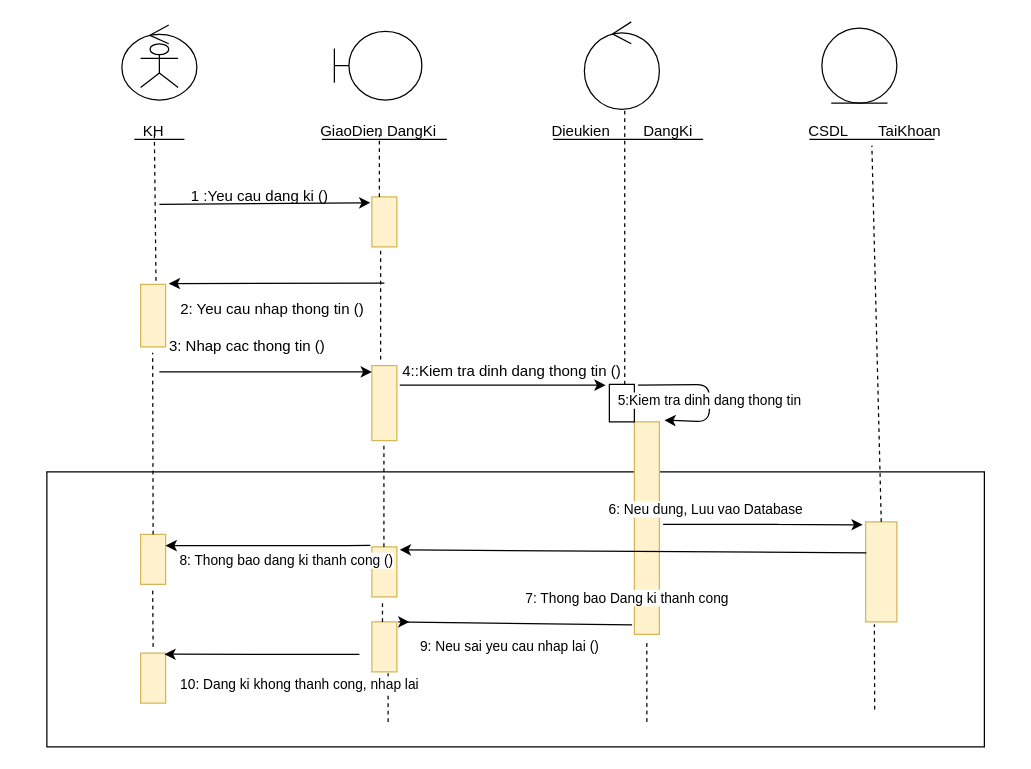
Earlier version of the draw.io diagram page "Page-1" (1 of 2) of Untitled Diagram.drawio (LyLy29/LyLy29). Source tidied: cells renumbered, new cells numbered last; positions are measured from the earlier drawing's top-left corner, leaving out a move shared by most shapes. Both pictures are drawn from the tidied source at 125%, with x=0, y=0 at pixel (21, 21).
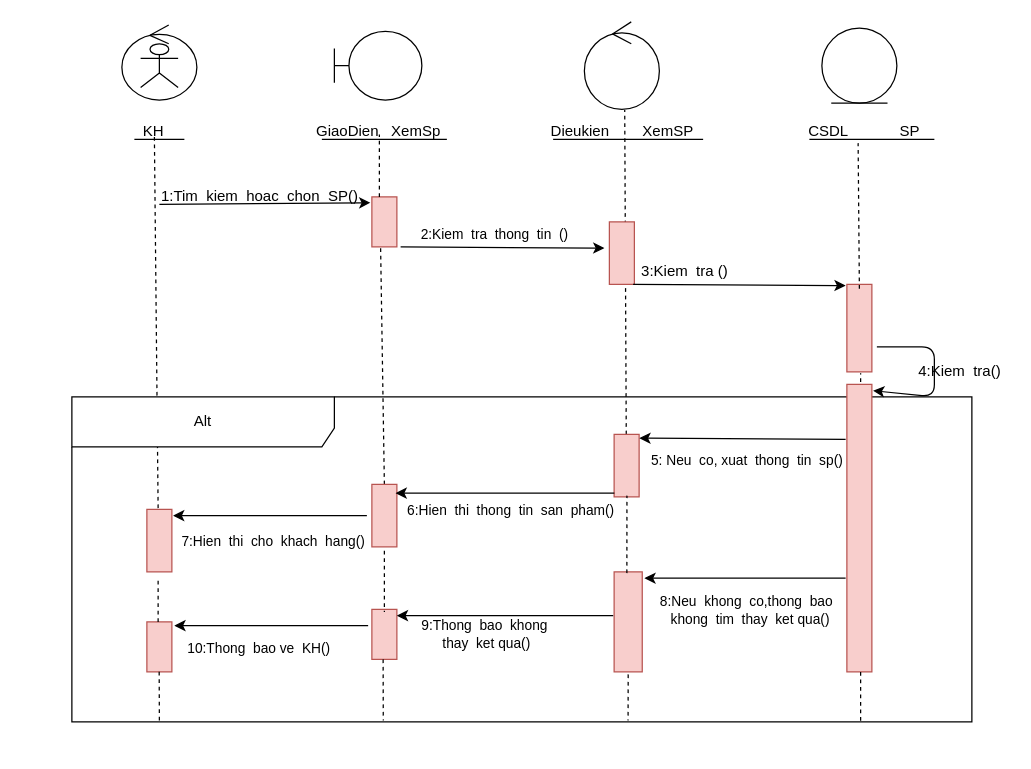
The same page after the edit.

Unchanged cells that the change refers to:
```xml
<mxCell id="3" style="ellipse;shape=umlControl;whiteSpace=wrap;html=1;" parent="1" vertex="1">
  <mxGeometry x="450" width="60" height="70" as="geometry" />
</mxCell>
<mxCell id="14" value="CSDL" style="text;html=1;align=center;verticalAlign=middle;points=[];strokeColor=none;fillColor=none;" parent="1" vertex="1">
  <mxGeometry x="620" y="78" width="50" height="20" as="geometry" />
</mxCell>
```

Change to the diagram source:
```diff
@@
-    <mxCell id="10" value="GiaoDien DangKi" style="text;html=1;align=center;verticalAlign=middle;strokeColor=none;fillColor=none;" parent="1" vertex="1">
+    <mxCell id="10" value="GiaoDien&amp;nbsp; &amp;nbsp;XemSp" style="text;html=1;align=center;verticalAlign=middle;strokeColor=none;fillColor=none;" parent="1" vertex="1">
       <mxGeometry x="230" y="78" width="110" height="20" as="geometry" />
     </mxCell>
@@
-    <mxCell id="12" value="Dieukien&amp;nbsp; &amp;nbsp; &amp;nbsp; &amp;nbsp; DangKi" style="text;html=1;align=center;verticalAlign=middle;strokeColor=none;fillColor=none;" parent="1" vertex="1">
+    <mxCell id="12" value="Dieukien&amp;nbsp; &amp;nbsp; &amp;nbsp; &amp;nbsp; XemSP" style="text;html=1;align=center;verticalAlign=middle;strokeColor=none;fillColor=none;" parent="1" vertex="1">
       <mxGeometry x="415" y="78" width="130" height="20" as="geometry" />
     </mxCell>
@@
-    <mxCell id="15" value="TaiKhoan" style="text;html=1;align=center;verticalAlign=middle;strokeColor=none;fillColor=none;" parent="1" vertex="1">
-      <mxGeometry x="675" y="78" width="70" height="20" as="geometry" />
+    <mxCell id="15" value="SP" style="text;html=1;align=center;verticalAlign=middle;strokeColor=none;fillColor=none;" parent="1" vertex="1">
+      <mxGeometry x="695" y="78" width="30" height="20" as="geometry" />
     </mxCell>
-    <mxCell id="16" style="html=1;" parent="1" vertex="1">
-      <mxGeometry x="20" y="360" width="750" height="220" as="geometry" />
-    </mxCell>
-    <mxCell id="17" style="html=1;points=[];perimeter=orthogonalPerimeter;fillColor=#fff2cc;strokeColor=#d6b656;" parent="1" vertex="1">
-      <mxGeometry x="675" y="400" width="25" height="80" as="geometry" />
-    </mxCell>
-    <mxCell id="18" style="endArrow=none;dashed=1;html=1;exitX=0.5;exitY=0;exitDx=0;exitDy=0;exitPerimeter=0;" parent="1" edge="1" source="17">
-      <mxGeometry relative="1" as="geometry">
-        <mxPoint x="680" y="99" as="targetPoint" />
-      </mxGeometry>
-    </mxCell>
-    <mxCell id="19" style="endArrow=none;dashed=1;html=1;exitX=0.883;exitY=0.864;exitDx=0;exitDy=0;exitPerimeter=0;" parent="1" edge="1" source="16">
-      <mxGeometry relative="1" as="geometry">
-        <mxPoint x="682" y="482" as="targetPoint" />
-      </mxGeometry>
-    </mxCell>
-    <mxCell id="20" style="html=1;points=[];perimeter=orthogonalPerimeter;fillColor=#fff2cc;strokeColor=#d6b656;" parent="1" vertex="1">
-      <mxGeometry x="490" y="320" width="20" height="170" as="geometry" />
-    </mxCell>
-    <mxCell id="21" style="html=1;points=[];perimeter=orthogonalPerimeter;" parent="1" vertex="1">
-      <mxGeometry x="470" y="290" width="20" height="30" as="geometry" />
-    </mxCell>
-    <mxCell id="22" style="endArrow=none;dashed=1;html=1;entryX=0.538;entryY=1.008;entryDx=0;entryDy=0;entryPerimeter=0;" parent="1" edge="1" source="21" target="3">
+    <mxCell id="22" style="endArrow=none;dashed=1;html=1;entryX=0.538;entryY=1.008;entryDx=0;entryDy=0;entryPerimeter=0;exitX=0.485;exitY=0;exitDx=0;exitDy=0;exitPerimeter=0;" parent="1" edge="1" source="67" target="3">
       <mxGeometry relative="1" as="geometry" />
     </mxCell>
-    <mxCell id="23" style="endArrow=none;dashed=1;html=1;entryX=0.497;entryY=1.025;entryDx=0;entryDy=0;entryPerimeter=0;" parent="1" edge="1" target="20">
-      <mxGeometry relative="1" as="geometry">
-        <mxPoint x="500" y="560" as="sourcePoint" />
-      </mxGeometry>
-    </mxCell>
-    <mxCell id="24" style="html=1;points=[];perimeter=orthogonalPerimeter;fillColor=#fff2cc;strokeColor=#d6b656;" parent="1" vertex="1">
+    <mxCell id="24" style="html=1;points=[];perimeter=orthogonalPerimeter;fillColor=#f8cecc;strokeColor=#b85450;" parent="1" vertex="1">
       <mxGeometry x="280" y="140" width="20" height="40" as="geometry" />
     </mxCell>
-    <mxCell id="25" style="html=1;points=[];perimeter=orthogonalPerimeter;fillColor=#fff2cc;strokeColor=#d6b656;" parent="1" vertex="1">
-      <mxGeometry x="280" y="275" width="20" height="60" as="geometry" />
-    </mxCell>
-    <mxCell id="26" style="html=1;points=[];perimeter=orthogonalPerimeter;fillColor=#fff2cc;strokeColor=#d6b656;" parent="1" vertex="1">
-      <mxGeometry x="280" y="420" width="20" height="40" as="geometry" />
-    </mxCell>
-    <mxCell id="27" style="html=1;points=[];perimeter=orthogonalPerimeter;fillColor=#fff2cc;strokeColor=#d6b656;" parent="1" vertex="1">
-      <mxGeometry x="280" y="480" width="20" height="40" as="geometry" />
-    </mxCell>
-    <mxCell id="28" style="html=1;points=[];perimeter=orthogonalPerimeter;fillColor=#fff2cc;strokeColor=#d6b656;" parent="1" vertex="1">
-      <mxGeometry x="95" y="210" width="20" height="50" as="geometry" />
+    <mxCell id="28" style="html=1;points=[];perimeter=orthogonalPerimeter;fillColor=#f8cecc;strokeColor=#b85450;" parent="1" vertex="1">
+      <mxGeometry x="470" y="160" width="20" height="50" as="geometry" />
     </mxCell>
-    <mxCell id="29" style="html=1;points=[];perimeter=orthogonalPerimeter;fillColor=#fff2cc;strokeColor=#d6b656;" parent="1" vertex="1">
-      <mxGeometry x="95" y="410" width="20" height="40" as="geometry" />
-    </mxCell>
-    <mxCell id="30" style="html=1;points=[];perimeter=orthogonalPerimeter;fillColor=#fff2cc;strokeColor=#d6b656;" parent="1" vertex="1">
-      <mxGeometry x="95" y="505" width="20" height="40" as="geometry" />
-    </mxCell>
-    <mxCell id="31" style="endArrow=none;dashed=1;html=1;" parent="1" edge="1">
+    <mxCell id="31" style="endArrow=none;dashed=1;html=1;exitX=0.5;exitY=0;exitDx=0;exitDy=0;exitPerimeter=0;" parent="1" edge="1" source="63">
       <mxGeometry relative="1" as="geometry">
-        <mxPoint x="287" y="270" as="sourcePoint" />
         <mxPoint x="287" y="181" as="targetPoint" />
       </mxGeometry>
     </mxCell>
@@
-    <mxCell id="33" style="endArrow=none;dashed=1;html=1;entryX=0.482;entryY=1.059;entryDx=0;entryDy=0;entryPerimeter=0;" parent="1" edge="1" source="26" target="25">
-      <mxGeometry relative="1" as="geometry" />
-    </mxCell>
-    <mxCell id="34" style="endArrow=none;dashed=1;html=1;entryX=0.424;entryY=1.059;entryDx=0;entryDy=0;entryPerimeter=0;" parent="1" edge="1" source="27" target="26">
-      <mxGeometry relative="1" as="geometry" />
-    </mxCell>
-    <mxCell id="35" style="endArrow=none;dashed=1;html=1;" parent="1" edge="1">
-      <mxGeometry relative="1" as="geometry">
-        <mxPoint x="293" y="560" as="sourcePoint" />
-        <mxPoint x="293" y="520" as="targetPoint" />
-      </mxGeometry>
-    </mxCell>
-    <mxCell id="36" style="endArrow=none;dashed=1;html=1;exitX=0.615;exitY=-0.059;exitDx=0;exitDy=0;exitPerimeter=0;" parent="1" edge="1" source="28">
+    <mxCell id="36" style="endArrow=none;dashed=1;html=1;exitX=0.45;exitY=-0.02;exitDx=0;exitDy=0;exitPerimeter=0;" parent="1" edge="1" source="59">
       <mxGeometry relative="1" as="geometry">
         <mxPoint x="106" y="90" as="targetPoint" />
       </mxGeometry>
     </mxCell>
-    <mxCell id="37" style="endArrow=none;dashed=1;html=1;entryX=0.482;entryY=1.094;entryDx=0;entryDy=0;entryPerimeter=0;" parent="1" edge="1" target="28">
-      <mxGeometry relative="1" as="geometry">
-        <mxPoint x="105" y="410" as="sourcePoint" />
-      </mxGeometry>
-    </mxCell>
-    <mxCell id="38" style="endArrow=none;dashed=1;html=1;entryX=0.482;entryY=1.074;entryDx=0;entryDy=0;entryPerimeter=0;" parent="1" edge="1" target="29">
-      <mxGeometry relative="1" as="geometry">
-        <mxPoint x="105" y="500" as="sourcePoint" />
-      </mxGeometry>
-    </mxCell>
@@
-    <mxCell id="40" style="endArrow=classic;html=1;entryX=1.129;entryY=-0.012;entryDx=0;entryDy=0;entryPerimeter=0;" parent="1" edge="1" target="28">
-      <mxGeometry relative="1" as="geometry">
-        <mxPoint x="290" y="209" as="sourcePoint" />
+    <mxCell id="40" value="2:Kiem&amp;nbsp; tra&amp;nbsp; thong&amp;nbsp; tin&amp;nbsp; ()" style="endArrow=classic;html=1;startArrow=none;entryX=-0.2;entryY=0.42;entryDx=0;entryDy=0;entryPerimeter=0;" parent="1" edge="1" target="28">
+      <mxGeometry x="-0.08" y="10" relative="1" as="geometry">
+        <mxPoint x="303" y="180" as="sourcePoint" />
       </mxGeometry>
     </mxCell>
-    <mxCell id="41" style="endArrow=classic;html=1;" parent="1" edge="1">
-      <mxGeometry relative="1" as="geometry">
-        <mxPoint x="110" y="280" as="sourcePoint" />
-        <mxPoint x="280" y="280" as="targetPoint" />
-      </mxGeometry>
-    </mxCell>
-    <mxCell id="42" style="endArrow=classic;html=1;entryX=-0.15;entryY=0.02;entryDx=0;entryDy=0;entryPerimeter=0;exitX=1.115;exitY=0.26;exitDx=0;exitDy=0;exitPerimeter=0;" parent="1" edge="1" source="25" target="21">
-      <mxGeometry relative="1" as="geometry" />
-    </mxCell>
-    <mxCell id="43" style="endArrow=classic;html=1;exitX=1.144;exitY=0.02;exitDx=0;exitDy=0;exitPerimeter=0;entryX=1.203;entryY=-0.008;entryDx=0;entryDy=0;entryPerimeter=0;" parent="1" edge="1" source="21" target="20">
-      <mxGeometry relative="1" as="geometry">
-        <Array as="points">
-          <mxPoint x="550" y="290" />
-          <mxPoint x="550" y="320" />
-        </Array>
-      </mxGeometry>
-    </mxCell>
-    <mxCell id="44" value="5:Kiem tra dinh dang thong tin" style="edgeLabel;html=1;align=center;verticalAlign=middle;" parent="43" vertex="1">
-      <mxGeometry x="0.13" y="-1" relative="1" as="geometry" />
-    </mxCell>
-    <mxCell id="45" style="endArrow=classic;html=1;exitX=-0.062;exitY=-0.029;exitDx=0;exitDy=0;exitPerimeter=0;" parent="1" edge="1" source="26" target="29">
-      <mxGeometry relative="1" as="geometry">
-        <Array as="points">
-          <mxPoint x="250" y="419" />
-        </Array>
-      </mxGeometry>
-    </mxCell>
-    <mxCell id="46" value="&amp;nbsp;8: Thong bao dang ki thanh cong ()" style="edgeLabel;html=1;align=center;verticalAlign=middle;" parent="45" vertex="1">
-      <mxGeometry x="0.62" y="-1" relative="1" as="geometry">
-        <mxPoint x="64" y="12" as="offset" />
-      </mxGeometry>
-    </mxCell>
-    <mxCell id="47" style="endArrow=classic;html=1;entryX=0.953;entryY=0.022;entryDx=0;entryDy=0;entryPerimeter=0;" parent="1" edge="1" target="30">
-      <mxGeometry relative="1" as="geometry">
-        <mxPoint x="270" y="506" as="sourcePoint" />
-      </mxGeometry>
-    </mxCell>
-    <mxCell id="48" value="10: Dang ki khong thanh cong, nhap lai" style="edgeLabel;html=1;align=center;verticalAlign=middle;" parent="47" vertex="1">
-      <mxGeometry x="0.44" relative="1" as="geometry">
-        <mxPoint x="63" y="24" as="offset" />
-      </mxGeometry>
-    </mxCell>
-    <mxCell id="49" value="6: Neu dung, Luu vao Database" style="endArrow=classic;html=1;entryX=-0.094;entryY=0.029;entryDx=0;entryDy=0;entryPerimeter=0;" parent="1" edge="1" target="17">
-      <mxGeometry x="-0.66" y="12" relative="1" as="geometry">
-        <mxPoint x="513" y="402" as="sourcePoint" />
-        <Array as="points">
-          <mxPoint x="610" y="402" />
-          <mxPoint x="590" y="402" />
-        </Array>
-      </mxGeometry>
-    </mxCell>
-    <mxCell id="50" style="endArrow=classic;html=1;entryX=1.115;entryY=0.059;entryDx=0;entryDy=0;entryPerimeter=0;exitX=0.024;exitY=0.309;exitDx=0;exitDy=0;exitPerimeter=0;" parent="1" edge="1" source="17" target="26">
-      <mxGeometry relative="1" as="geometry" />
-    </mxCell>
-    <mxCell id="51" style="endArrow=classic;html=1;exitX=-0.091;exitY=0.955;exitDx=0;exitDy=0;exitPerimeter=0;" parent="1" edge="1" source="20">
-      <mxGeometry relative="1" as="geometry">
-        <mxPoint x="310" y="480" as="targetPoint" />
-        <Array as="points">
-          <mxPoint x="300" y="480" />
-        </Array>
-      </mxGeometry>
-    </mxCell>
-    <mxCell id="52" value="7: Thong bao Dang ki thanh cong" style="edgeLabel;html=1;align=center;verticalAlign=middle;" parent="51" vertex="1">
-      <mxGeometry x="0.3" relative="1" as="geometry">
-        <mxPoint x="124" y="-20" as="offset" />
-      </mxGeometry>
-    </mxCell>
-    <mxCell id="53" value="9: Neu sai yeu cau nhap lai ()" style="edgeLabel;html=1;align=center;verticalAlign=middle;" parent="51" vertex="1">
-      <mxGeometry x="0.45" y="-1" relative="1" as="geometry">
-        <mxPoint x="45" y="20" as="offset" />
-      </mxGeometry>
-    </mxCell>
-    <mxCell id="54" value="1 :Yeu cau dang ki ()" style="text;html=1;align=center;verticalAlign=middle;strokeColor=none;fillColor=none;" parent="1" vertex="1">
-      <mxGeometry x="125" y="130" width="130" height="20" as="geometry" />
+    <mxCell id="54" value="1:Tim&amp;nbsp; kiem&amp;nbsp; hoac&amp;nbsp; chon&amp;nbsp; SP()" style="text;html=1;align=center;verticalAlign=middle;strokeColor=none;fillColor=none;" parent="1" vertex="1">
+      <mxGeometry x="105" y="130" width="170" height="20" as="geometry" />
     </mxCell>
-    <mxCell id="55" value="&amp;nbsp; &amp;nbsp; &amp;nbsp; &amp;nbsp; &amp;nbsp; &amp;nbsp; &amp;nbsp; &amp;nbsp; &amp;nbsp; &amp;nbsp; &amp;nbsp; &amp;nbsp; &amp;nbsp; &amp;nbsp; &amp;nbsp; &amp;nbsp; &amp;nbsp; &amp;nbsp; 2: Yeu cau nhap thong tin ()" style="text;html=1;align=center;verticalAlign=middle;strokeColor=none;fillColor=none;" parent="1" vertex="1">
-      <mxGeometry y="220" width="280" height="20" as="geometry" />
-    </mxCell>
-    <mxCell id="56" value="3: Nhap cac thong tin ()" style="text;html=1;align=center;verticalAlign=middle;strokeColor=none;fillColor=none;" parent="1" vertex="1">
-      <mxGeometry x="110" y="250" width="140" height="20" as="geometry" />
-    </mxCell>
-    <mxCell id="57" value="&amp;nbsp; &amp;nbsp; &amp;nbsp; &amp;nbsp; &amp;nbsp; &amp;nbsp; &amp;nbsp; &amp;nbsp; &amp;nbsp; &amp;nbsp; &amp;nbsp; &amp;nbsp; &amp;nbsp; &amp;nbsp; &amp;nbsp; &amp;nbsp;4::Kiem tra dinh dang thong tin ()" style="text;html=1;align=center;verticalAlign=middle;strokeColor=none;fillColor=none;" parent="1" vertex="1">
-      <mxGeometry x="195" y="270" width="290" height="20" as="geometry" />
-    </mxCell>
+    <mxCell id="58" value="Alt" style="shape=umlFrame;whiteSpace=wrap;html=1;width=210;height=40;" parent="1" vertex="1">
+      <mxGeometry x="40" y="300" width="720" height="260" as="geometry" />
+    </mxCell>
+    <mxCell id="59" style="html=1;points=[];perimeter=orthogonalPerimeter;fillColor=#f8cecc;strokeColor=#b85450;" parent="1" vertex="1">
+      <mxGeometry x="100" y="390" width="20" height="50" as="geometry" />
+    </mxCell>
+    <mxCell id="60" style="html=1;points=[];perimeter=orthogonalPerimeter;fillColor=#f8cecc;strokeColor=#b85450;" parent="1" vertex="1">
+      <mxGeometry x="100" y="480" width="20" height="40" as="geometry" />
+    </mxCell>
+    <mxCell id="61" style="endArrow=none;dashed=1;html=1;entryX=0.45;entryY=1.08;entryDx=0;entryDy=0;entryPerimeter=0;" parent="1" edge="1" target="59">
+      <mxGeometry relative="1" as="geometry">
+        <mxPoint x="109" y="480" as="sourcePoint" />
+      </mxGeometry>
+    </mxCell>
+    <mxCell id="62" style="endArrow=none;dashed=1;html=1;exitX=0.097;exitY=0.846;exitDx=0;exitDy=0;exitPerimeter=0;" parent="1" edge="1" source="58">
+      <mxGeometry relative="1" as="geometry">
+        <mxPoint x="110" y="560" as="targetPoint" />
+      </mxGeometry>
+    </mxCell>
+    <mxCell id="63" style="html=1;points=[];perimeter=orthogonalPerimeter;fillColor=#f8cecc;strokeColor=#b85450;" parent="1" vertex="1">
+      <mxGeometry x="280" y="370" width="20" height="50" as="geometry" />
+    </mxCell>
+    <mxCell id="64" style="html=1;points=[];perimeter=orthogonalPerimeter;fillColor=#f8cecc;strokeColor=#b85450;" parent="1" vertex="1">
+      <mxGeometry x="280" y="470" width="20" height="40" as="geometry" />
+    </mxCell>
+    <mxCell id="65" style="endArrow=none;dashed=1;html=1;exitX=0.5;exitY=1.06;exitDx=0;exitDy=0;exitPerimeter=0;entryX=0.5;entryY=0.05;entryDx=0;entryDy=0;entryPerimeter=0;" parent="1" edge="1" source="63" target="64">
+      <mxGeometry relative="1" as="geometry" />
+    </mxCell>
+    <mxCell id="66" style="endArrow=none;dashed=1;html=1;entryX=0.346;entryY=0.996;entryDx=0;entryDy=0;entryPerimeter=0;" parent="1" edge="1" target="58">
+      <mxGeometry relative="1" as="geometry">
+        <mxPoint x="289" y="510" as="sourcePoint" />
+      </mxGeometry>
+    </mxCell>
+    <mxCell id="67" style="html=1;points=[];perimeter=orthogonalPerimeter;fillColor=#f8cecc;strokeColor=#b85450;" parent="1" vertex="1">
+      <mxGeometry x="473.8" y="330" width="20" height="50" as="geometry" />
+    </mxCell>
+    <mxCell id="68" style="html=1;points=[];perimeter=orthogonalPerimeter;fillColor=#f8cecc;strokeColor=#b85450;" parent="1" vertex="1">
+      <mxGeometry x="473.8" y="440" width="22.5" height="80" as="geometry" />
+    </mxCell>
+    <mxCell id="69" style="endArrow=none;dashed=1;html=1;entryX=0.513;entryY=0.98;entryDx=0;entryDy=0;entryPerimeter=0;" parent="1" edge="1" target="67">
+      <mxGeometry relative="1" as="geometry">
+        <mxPoint x="484" y="441" as="sourcePoint" />
+      </mxGeometry>
+    </mxCell>
+    <mxCell id="70" style="endArrow=none;dashed=1;html=1;exitX=0.5;exitY=1.025;exitDx=0;exitDy=0;exitPerimeter=0;entryX=0.618;entryY=0.996;entryDx=0;entryDy=0;entryPerimeter=0;" parent="1" edge="1" source="68" target="58">
+      <mxGeometry relative="1" as="geometry" />
+    </mxCell>
+    <mxCell id="71" style="html=1;points=[];perimeter=orthogonalPerimeter;fillColor=#f8cecc;strokeColor=#b85450;" parent="1" vertex="1">
+      <mxGeometry x="660" y="210" width="20" height="70" as="geometry" />
+    </mxCell>
+    <mxCell id="72" style="html=1;points=[];perimeter=orthogonalPerimeter;fillColor=#f8cecc;strokeColor=#b85450;" parent="1" vertex="1">
+      <mxGeometry x="660" y="290" width="20" height="230" as="geometry" />
+    </mxCell>
+    <mxCell id="73" style="endArrow=none;dashed=1;html=1;exitX=0.5;exitY=0.05;exitDx=0;exitDy=0;exitPerimeter=0;entryX=0.98;entryY=0.95;entryDx=0;entryDy=0;entryPerimeter=0;" parent="1" edge="1" source="71" target="14">
+      <mxGeometry relative="1" as="geometry" />
+    </mxCell>
+    <mxCell id="74" style="endArrow=none;dashed=1;html=1;" parent="1" edge="1">
+      <mxGeometry relative="1" as="geometry">
+        <mxPoint x="671" y="288" as="sourcePoint" />
+        <mxPoint x="671" y="281" as="targetPoint" />
+      </mxGeometry>
+    </mxCell>
+    <mxCell id="75" style="endArrow=none;dashed=1;html=1;" parent="1" edge="1">
+      <mxGeometry relative="1" as="geometry">
+        <mxPoint x="671" y="559" as="sourcePoint" />
+        <mxPoint x="671" y="520" as="targetPoint" />
+      </mxGeometry>
+    </mxCell>
+    <mxCell id="76" style="endArrow=classic;html=1;entryX=-0.05;entryY=0.014;entryDx=0;entryDy=0;entryPerimeter=0;exitX=0.95;exitY=1;exitDx=0;exitDy=0;exitPerimeter=0;" parent="1" edge="1" source="28" target="71">
+      <mxGeometry relative="1" as="geometry" />
+    </mxCell>
+    <mxCell id="77" style="endArrow=classic;html=1;exitX=1.2;exitY=0.714;exitDx=0;exitDy=0;exitPerimeter=0;entryX=1.05;entryY=0.022;entryDx=0;entryDy=0;entryPerimeter=0;" parent="1" edge="1" source="71" target="72">
+      <mxGeometry relative="1" as="geometry">
+        <Array as="points">
+          <mxPoint x="730" y="260" />
+          <mxPoint x="730" y="300" />
+        </Array>
+      </mxGeometry>
+    </mxCell>
+    <mxCell id="78" style="endArrow=classic;html=1;entryX=0.95;entryY=0.14;entryDx=0;entryDy=0;entryPerimeter=0;" parent="1" edge="1" target="63">
+      <mxGeometry relative="1" as="geometry">
+        <mxPoint x="474" y="377" as="sourcePoint" />
+      </mxGeometry>
+    </mxCell>
+    <mxCell id="79" value="6:Hien&amp;nbsp; thi&amp;nbsp; thong&amp;nbsp; tin&amp;nbsp; san&amp;nbsp; pham()" style="edgeLabel;html=1;align=center;verticalAlign=middle;" parent="78" vertex="1">
+      <mxGeometry x="0.75" y="4" relative="1" as="geometry">
+        <mxPoint x="69" y="9" as="offset" />
+      </mxGeometry>
+    </mxCell>
+    <mxCell id="80" style="endArrow=classic;html=1;entryX=1.05;entryY=0.1;entryDx=0;entryDy=0;entryPerimeter=0;" parent="1" edge="1" target="59">
+      <mxGeometry relative="1" as="geometry">
+        <mxPoint x="276" y="395" as="sourcePoint" />
+      </mxGeometry>
+    </mxCell>
+    <mxCell id="81" value="7:Hien&amp;nbsp; thi&amp;nbsp; cho&amp;nbsp; khach&amp;nbsp; hang()" style="edgeLabel;html=1;align=center;verticalAlign=middle;" parent="80" vertex="1">
+      <mxGeometry x="0.37" y="1" relative="1" as="geometry">
+        <mxPoint x="30" y="19" as="offset" />
+      </mxGeometry>
+    </mxCell>
+    <mxCell id="82" value="9:Thong&amp;nbsp; bao&amp;nbsp; khong&lt;br&gt;&amp;nbsp;thay&amp;nbsp; ket qua()" style="endArrow=classic;html=1;exitX=-0.033;exitY=0.438;exitDx=0;exitDy=0;exitPerimeter=0;entryX=1;entryY=0.125;entryDx=0;entryDy=0;entryPerimeter=0;" parent="1" edge="1" source="68" target="64">
+      <mxGeometry x="0.19" y="15" relative="1" as="geometry" />
+    </mxCell>
+    <mxCell id="83" style="endArrow=classic;html=1;entryX=1.1;entryY=0.075;entryDx=0;entryDy=0;entryPerimeter=0;" parent="1" edge="1" target="60">
+      <mxGeometry relative="1" as="geometry">
+        <mxPoint x="277" y="483" as="sourcePoint" />
+      </mxGeometry>
+    </mxCell>
+    <mxCell id="84" value="10:Thong&amp;nbsp; bao ve&amp;nbsp; KH()&amp;nbsp;" style="edgeLabel;html=1;align=center;verticalAlign=middle;" parent="83" vertex="1">
+      <mxGeometry x="0.26" y="3" relative="1" as="geometry">
+        <mxPoint x="11" y="14" as="offset" />
+      </mxGeometry>
+    </mxCell>
+    <mxCell id="85" style="endArrow=classic;html=1;exitX=-0.05;exitY=0.191;exitDx=0;exitDy=0;exitPerimeter=0;" parent="1" edge="1" source="72">
+      <mxGeometry relative="1" as="geometry">
+        <mxPoint x="494" y="333" as="targetPoint" />
+      </mxGeometry>
+    </mxCell>
+    <mxCell id="86" value="5: Neu&amp;nbsp; co, xuat&amp;nbsp; thong&amp;nbsp; tin&amp;nbsp; sp()" style="edgeLabel;html=1;align=center;verticalAlign=middle;" parent="85" vertex="1">
+      <mxGeometry x="0.47" y="3" relative="1" as="geometry">
+        <mxPoint x="42" y="14" as="offset" />
+      </mxGeometry>
+    </mxCell>
+    <mxCell id="87" style="endArrow=classic;html=1;entryX=1.078;entryY=0.063;entryDx=0;entryDy=0;entryPerimeter=0;" parent="1" edge="1" target="68">
+      <mxGeometry relative="1" as="geometry">
+        <mxPoint x="659" y="445" as="sourcePoint" />
+      </mxGeometry>
+    </mxCell>
+    <mxCell id="88" value="8:Neu&amp;nbsp; khong&amp;nbsp; co,thong&amp;nbsp; bao&amp;nbsp;&lt;br&gt;&amp;nbsp;khong&amp;nbsp; tim&amp;nbsp; thay&amp;nbsp; ket qua()" style="edgeLabel;html=1;align=center;verticalAlign=middle;" parent="87" vertex="1">
+      <mxGeometry x="0.68" y="4" relative="1" as="geometry">
+        <mxPoint x="56" y="21" as="offset" />
+      </mxGeometry>
+    </mxCell>
+    <mxCell id="89" value="3:Kiem&amp;nbsp; tra ()" style="text;html=1;align=center;verticalAlign=middle;strokeColor=none;fillColor=none;" parent="1" vertex="1">
+      <mxGeometry x="490" y="190" width="80" height="20" as="geometry" />
+    </mxCell>
+    <mxCell id="90" value="4:Kiem&amp;nbsp; tra()" style="text;html=1;align=center;verticalAlign=middle;strokeColor=none;fillColor=none;" parent="1" vertex="1">
+      <mxGeometry x="710" y="270" width="80" height="20" as="geometry" />
+    </mxCell>
```
